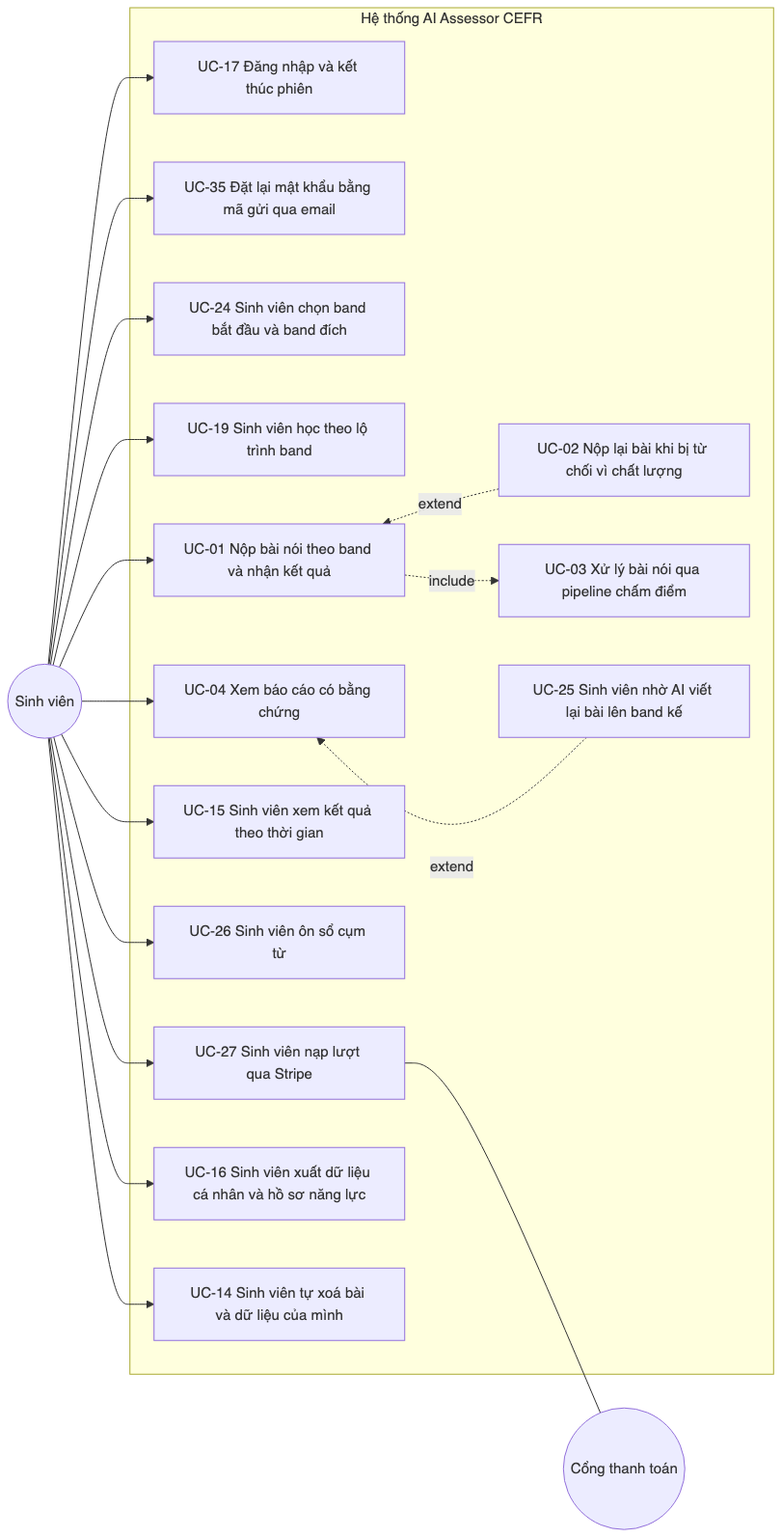
ThanhSangLouis/ai-assessor-cefr keeps this Mermaid diagram as docs/sdd/images/01a_usecase_sinhvien.png. Above is the earlier version. Its source is kept beside it as docs/sdd/diagrams/01a_usecase_sinhvien.mmd.
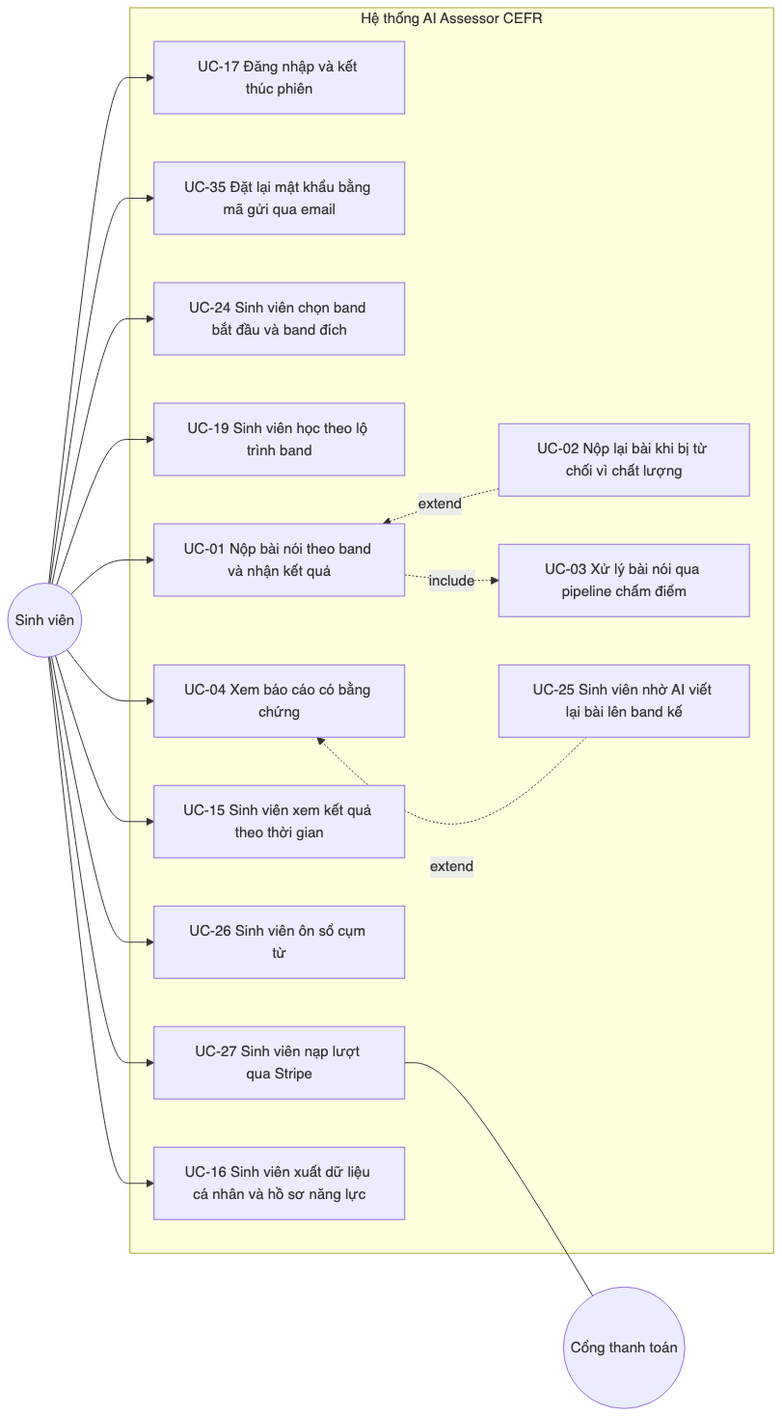
After the commit.

Change to the diagram source:
```diff
@@ -17,7 +17,6 @@
         UC26["UC-26 Sinh viên ôn sổ cụm từ"]
         UC27["UC-27 Sinh viên nạp lượt qua Stripe"]
         UC16["UC-16 Sinh viên xuất dữ liệu cá nhân và hồ sơ năng lực"]
-        UC14["UC-14 Sinh viên tự xoá bài và dữ liệu của mình"]
     end
 
     SV --> UC17
@@ -30,7 +29,6 @@
     SV --> UC26
     SV --> UC27
     SV --> UC16
-    SV --> UC14
     UC27 --- CTT
 
     UC01 ~~~ UC02
```
